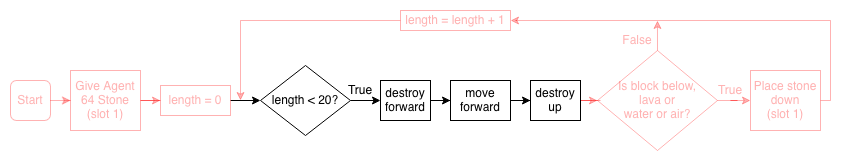
Above: tutorials/python-islands/island-7/autominer/images/flowchart-landscape_3.png in CausewayDigital/Minecraft-EE-MakeCode (draw.io), before the change. Source tidied: cells renumbered, new cells last; positions are measured from the earlier drawing's top-left corner, leaving out a move shared by most shapes.
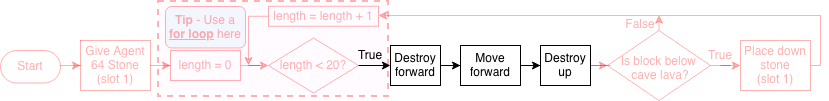
The same diagram one commit later.

Change to the diagram source:
```diff
@@ -2,87 +2,96 @@
   <root>
     <mxCell id="0" />
     <mxCell id="1" parent="0" />
-    <mxCell id="2" style="edgeStyle=orthogonalEdgeStyle;rounded=0;jettySize=auto;html=1;fontColor=light-dark(#FF0000,#FF0000);textOpacity=30;strokeColor=light-dark(#FF0000,#FF0000);opacity=30;" parent="1" edge="1" source="3" target="5">
-      <mxGeometry relative="1" as="geometry" />
-    </mxCell>
-    <mxCell id="3" value="Start" style="rounded=1;whiteSpace=wrap;html=1;fontColor=light-dark(#FF0000,#FF0000);textOpacity=30;strokeColor=light-dark(#FF0000,#FF0000);opacity=30;" parent="1" vertex="1">
-      <mxGeometry y="70" width="40" height="40" as="geometry" />
-    </mxCell>
+    <mxCell id="26" style="edgeStyle=orthogonalEdgeStyle;rounded=0;jettySize=auto;html=1;fontColor=#FF0000;textOpacity=30;strokeColor=#FF0000;opacity=30;" parent="1" edge="1" target="5">
+      <mxGeometry relative="1" as="geometry">
+        <mxPoint x="40" y="90" as="sourcePoint" />
+      </mxGeometry>
+    </mxCell>
-    <mxCell id="4" style="edgeStyle=orthogonalEdgeStyle;rounded=0;jettySize=auto;html=1;fontColor=light-dark(#FF0000,#FF0000);textOpacity=30;strokeColor=light-dark(#FF0000,#FF0000);opacity=30;" parent="1" edge="1" source="5" target="7">
+    <mxCell id="4" style="edgeStyle=orthogonalEdgeStyle;rounded=0;jettySize=auto;html=1;shadow=0;fontColor=#FF0000;textOpacity=30;strokeColor=#FF0000;opacity=30;" parent="1" edge="1" source="5" target="7">
       <mxGeometry relative="1" as="geometry" />
     </mxCell>
-    <mxCell id="5" value="&lt;div&gt;Give Agent 64 Stone&lt;/div&gt;(slot 1)" style="rounded=0;whiteSpace=wrap;html=1;fontColor=light-dark(#FF0000,#FF0000);textOpacity=30;strokeColor=light-dark(#FF0000,#FF0000);opacity=30;" parent="1" vertex="1">
-      <mxGeometry x="60" y="60" width="70" height="60" as="geometry" />
+    <mxCell id="5" value="&lt;div&gt;Give Agent 64 Stone&lt;/div&gt;(slot 1)" style="rounded=0;whiteSpace=wrap;html=1;fontColor=#FF0000;textOpacity=30;strokeColor=#FF0000;opacity=30;" parent="1" vertex="1">
+      <mxGeometry x="60" y="65" width="70" height="50" as="geometry" />
     </mxCell>
-    <mxCell id="6" style="edgeStyle=orthogonalEdgeStyle;rounded=0;jettySize=auto;html=1;" parent="1" edge="1" source="7" target="9">
+    <mxCell id="6" style="edgeStyle=orthogonalEdgeStyle;rounded=0;jettySize=auto;html=1;shadow=0;fontColor=#FF0000;textOpacity=30;strokeColor=#FF0000;opacity=30;" parent="1" edge="1" source="7" target="9">
       <mxGeometry relative="1" as="geometry" />
     </mxCell>
-    <mxCell id="7" value="length = 0" style="rounded=0;whiteSpace=wrap;html=1;fontColor=light-dark(#FF0000,#FF0000);textOpacity=30;strokeColor=light-dark(#FF0000,#FF0000);opacity=30;" parent="1" vertex="1">
+    <mxCell id="7" value="length = 0" style="rounded=0;whiteSpace=wrap;html=1;shadow=0;fontColor=#FF0000;textOpacity=30;strokeColor=#FF0000;opacity=30;" parent="1" vertex="1">
       <mxGeometry x="150" y="75" width="70" height="30" as="geometry" />
     </mxCell>
-    <mxCell id="8" style="edgeStyle=orthogonalEdgeStyle;rounded=0;jettySize=auto;html=1;" parent="1" edge="1" source="9" target="11">
-      <mxGeometry relative="1" as="geometry" />
-    </mxCell>
+    <mxCell id="27" style="edgeStyle=orthogonalEdgeStyle;rounded=0;jettySize=auto;html=1;shadow=0;" parent="1" edge="1" source="9" target="29">
+      <mxGeometry relative="1" as="geometry" />
+    </mxCell>
-    <mxCell id="9" value="length &amp;lt; 20?" style="rhombus;whiteSpace=wrap;html=1;" parent="1" vertex="1">
-      <mxGeometry x="250" y="55" width="90" height="70" as="geometry" />
+    <mxCell id="9" value="length &amp;lt; 20?" style="rhombus;whiteSpace=wrap;html=1;shadow=0;fontColor=#FF0000;textOpacity=30;strokeColor=#FF0000;opacity=30;" parent="1" vertex="1">
+      <mxGeometry x="248" y="62.5" width="90" height="55" as="geometry" />
     </mxCell>
-    <mxCell id="10" style="edgeStyle=orthogonalEdgeStyle;rounded=0;jettySize=auto;html=1;" parent="1" edge="1" source="11" target="13">
-      <mxGeometry relative="1" as="geometry" />
-    </mxCell>
-    <mxCell id="11" value="destroy forward" style="rounded=0;whiteSpace=wrap;html=1;" parent="1" vertex="1">
-      <mxGeometry x="370" y="70" width="50" height="40" as="geometry" />
-    </mxCell>
-    <mxCell id="12" style="edgeStyle=orthogonalEdgeStyle;rounded=0;jettySize=auto;html=1;exitX=1;exitY=0.5;exitDx=0;exitDy=0;" parent="1" edge="1" source="13" target="15">
-      <mxGeometry relative="1" as="geometry" />
-    </mxCell>
-    <mxCell id="13" value="move forward" style="rounded=0;whiteSpace=wrap;html=1;" parent="1" vertex="1">
-      <mxGeometry x="440" y="70" width="60" height="40" as="geometry" />
-    </mxCell>
-    <mxCell id="14" style="edgeStyle=orthogonalEdgeStyle;rounded=0;jettySize=auto;html=1;fontColor=light-dark(#FF0000,#FF0000);textOpacity=30;strokeColor=light-dark(#FF0000,#FF0000);opacity=30;" parent="1" edge="1" source="15" target="18">
-      <mxGeometry relative="1" as="geometry" />
-    </mxCell>
-    <mxCell id="15" value="destroy up" style="rounded=0;whiteSpace=wrap;html=1;" parent="1" vertex="1">
-      <mxGeometry x="520" y="70" width="50" height="40" as="geometry" />
-    </mxCell>
-    <mxCell id="16" style="edgeStyle=orthogonalEdgeStyle;rounded=0;jettySize=auto;html=1;fontColor=light-dark(#FF0000,#FF0000);textOpacity=30;strokeColor=light-dark(#FF0000,#FF0000);opacity=30;" parent="1" edge="1" source="18" target="20">
-      <mxGeometry relative="1" as="geometry" />
-    </mxCell>
-    <mxCell id="17" style="edgeStyle=orthogonalEdgeStyle;rounded=0;jettySize=auto;html=1;exitX=0.5;exitY=0;exitDx=0;exitDy=0;fontColor=light-dark(#FF0000,#FF0000);textOpacity=30;strokeColor=light-dark(#FF0000,#FF0000);opacity=30;" parent="1" edge="1" source="18">
-      <mxGeometry relative="1" as="geometry">
-        <mxPoint x="647" y="10" as="targetPoint" />
-      </mxGeometry>
-    </mxCell>
-    <mxCell id="18" value="Is block below, &lt;br&gt;lava or &lt;br&gt;water or air?" style="rhombus;whiteSpace=wrap;html=1;fontColor=light-dark(#FF0000,#FF0000);textOpacity=30;strokeColor=light-dark(#FF0000,#FF0000);opacity=30;" parent="1" vertex="1">
-      <mxGeometry x="587" y="40" width="120" height="100" as="geometry" />
-    </mxCell>
-    <mxCell id="19" style="edgeStyle=orthogonalEdgeStyle;rounded=0;jettySize=auto;html=1;entryX=1;entryY=0.5;entryDx=0;entryDy=0;fontColor=light-dark(#FF0000,#FF0000);textOpacity=30;strokeColor=light-dark(#FF0000,#FF0000);opacity=30;" parent="1" edge="1" source="20" target="25">
-      <mxGeometry relative="1" as="geometry">
-        <Array as="points">
-          <mxPoint x="820" y="90" />
-          <mxPoint x="820" y="10" />
-          <mxPoint x="505" y="10" />
-        </Array>
-      </mxGeometry>
-    </mxCell>
-    <mxCell id="20" value="&lt;div&gt;Place stone down&lt;/div&gt;(slot 1)" style="rounded=0;whiteSpace=wrap;html=1;fontColor=light-dark(#FF0000,#FF0000);textOpacity=30;strokeColor=light-dark(#FF0000,#FF0000);opacity=30;" parent="1" vertex="1">
-      <mxGeometry x="740" y="60" width="70" height="60" as="geometry" />
-    </mxCell>
-    <mxCell id="21" value="True&lt;span style=&quot;color: rgba(0 , 0 , 0 , 0) ; font-family: monospace ; font-size: 0px&quot;&gt;%3CmxGraphModel%3E%3Croot%3E%3CmxCell%20id%3D%220%22%2F%3E%3CmxCell%20id%3D%221%22%20parent%3D%220%22%2F%3E%3CmxCell%20id%3D%222%22%20value%3D%22destroy%20forward%22%20style%3D%22rounded%3D0%3BwhiteSpace%3Dwrap%3Bhtml%3D1%3B%22%20vertex%3D%221%22%20parent%3D%221%22%3E%3CmxGeometry%20x%3D%22240%22%20y%3D%22560%22%20width%3D%22120%22%20height%3D%2260%22%20as%3D%22geometry%22%2F%3E%3C%2FmxCell%3E%3C%2Froot%3E%3C%2FmxGraphModel%3E&lt;/span&gt;" style="text;html=1;align=center;verticalAlign=middle;whiteSpace=wrap;rounded=0;" parent="1" vertex="1">
-      <mxGeometry x="330" y="70" width="40" height="20" as="geometry" />
-    </mxCell>
-    <mxCell id="22" value="True&lt;span style=&quot;font-family: monospace; font-size: 0px;&quot;&gt;%3CmxGraphModel%3E%3Croot%3E%3CmxCell%20id%3D%220%22%2F%3E%3CmxCell%20id%3D%221%22%20parent%3D%220%22%2F%3E%3CmxCell%20id%3D%222%22%20value%3D%22destroy%20forward%22%20style%3D%22rounded%3D0%3BwhiteSpace%3Dwrap%3Bhtml%3D1%3B%22%20vertex%3D%221%22%20parent%3D%221%22%3E%3CmxGeometry%20x%3D%22240%22%20y%3D%22560%22%20width%3D%22120%22%20height%3D%2260%22%20as%3D%22geometry%22%2F%3E%3C%2FmxCell%3E%3C%2Froot%3E%3C%2FmxGraphModel%3E&lt;/span&gt;" style="text;html=1;align=center;verticalAlign=middle;whiteSpace=wrap;rounded=0;fontColor=light-dark(#FF0000,#FF0000);textOpacity=30;strokeColor=none;opacity=30;" parent="1" vertex="1">
-      <mxGeometry x="700" y="70" width="40" height="20" as="geometry" />
-    </mxCell>
+    <mxCell id="28" style="edgeStyle=orthogonalEdgeStyle;rounded=0;jettySize=auto;html=1;shadow=0;" parent="1" edge="1" source="29" target="31">
+      <mxGeometry relative="1" as="geometry" />
+    </mxCell>
+    <mxCell id="29" value="Destroy forward" style="rounded=0;whiteSpace=wrap;html=1;shadow=0;" parent="1" vertex="1">
+      <mxGeometry x="370" y="70" width="50" height="40" as="geometry" />
+    </mxCell>
+    <mxCell id="30" style="edgeStyle=orthogonalEdgeStyle;rounded=0;jettySize=auto;html=1;exitX=1;exitY=0.5;exitDx=0;exitDy=0;shadow=0;" parent="1" edge="1" source="31" target="33">
+      <mxGeometry relative="1" as="geometry" />
+    </mxCell>
+    <mxCell id="31" value="Move forward" style="rounded=0;whiteSpace=wrap;html=1;shadow=0;" parent="1" vertex="1">
+      <mxGeometry x="440" y="70" width="60" height="40" as="geometry" />
+    </mxCell>
+    <mxCell id="32" style="edgeStyle=orthogonalEdgeStyle;rounded=0;jettySize=auto;html=1;shadow=0;fontColor=#FF0000;textOpacity=30;strokeColor=#FF0000;opacity=30;" parent="1" edge="1" source="33" target="36">
+      <mxGeometry relative="1" as="geometry" />
+    </mxCell>
+    <mxCell id="33" value="Destroy up" style="rounded=0;whiteSpace=wrap;html=1;shadow=0;" parent="1" vertex="1">
+      <mxGeometry x="520" y="70" width="50" height="40" as="geometry" />
+    </mxCell>
+    <mxCell id="34" style="edgeStyle=orthogonalEdgeStyle;rounded=0;jettySize=auto;html=1;shadow=0;fontColor=#FF0000;textOpacity=30;strokeColor=#FF0000;opacity=30;" parent="1" edge="1" source="36" target="38">
+      <mxGeometry relative="1" as="geometry" />
+    </mxCell>
+    <mxCell id="35" style="edgeStyle=orthogonalEdgeStyle;rounded=0;jettySize=auto;html=1;exitX=0.5;exitY=0;exitDx=0;exitDy=0;entryX=0.964;entryY=0.029;entryDx=0;entryDy=0;entryPerimeter=0;shadow=0;fontColor=#FF0000;textOpacity=30;strokeColor=#FF0000;opacity=30;" parent="1" edge="1" source="36" target="23">
+      <mxGeometry relative="1" as="geometry" />
+    </mxCell>
+    <mxCell id="36" value="Is block below&amp;nbsp;&lt;br&gt;cave lava?" style="rhombus;whiteSpace=wrap;html=1;verticalAlign=middle;spacingBottom=0;spacingTop=7;spacingLeft=3;shadow=0;fontColor=#FF0000;textOpacity=30;strokeColor=#FF0000;opacity=30;" parent="1" vertex="1">
+      <mxGeometry x="587" y="55" width="103" height="70" as="geometry" />
+    </mxCell>
+    <mxCell id="37" style="edgeStyle=orthogonalEdgeStyle;rounded=0;jettySize=auto;html=1;entryX=1;entryY=0.5;entryDx=0;entryDy=0;shadow=0;fontColor=#FF0000;textOpacity=30;strokeColor=#FF0000;opacity=30;" parent="1" edge="1" source="38" target="25">
+      <mxGeometry relative="1" as="geometry">
+        <Array as="points">
+          <mxPoint x="800" y="90" />
+          <mxPoint x="800" y="40" />
+          <mxPoint x="358" y="40" />
+        </Array>
+      </mxGeometry>
+    </mxCell>
+    <mxCell id="38" value="&lt;div&gt;Place down stone&lt;/div&gt;(slot 1)" style="rounded=0;whiteSpace=wrap;html=1;shadow=0;fontColor=#FF0000;textOpacity=30;strokeColor=#FF0000;opacity=30;" parent="1" vertex="1">
+      <mxGeometry x="720" y="65" width="70" height="50" as="geometry" />
+    </mxCell>
+    <mxCell id="39" value="True&lt;span style=&quot;color: rgba(0 , 0 , 0 , 0) ; font-family: monospace ; font-size: 0px&quot;&gt;%3CmxGraphModel%3E%3Croot%3E%3CmxCell%20id%3D%220%22%2F%3E%3CmxCell%20id%3D%221%22%20parent%3D%220%22%2F%3E%3CmxCell%20id%3D%222%22%20value%3D%22destroy%20forward%22%20style%3D%22rounded%3D0%3BwhiteSpace%3Dwrap%3Bhtml%3D1%3B%22%20vertex%3D%221%22%20parent%3D%221%22%3E%3CmxGeometry%20x%3D%22240%22%20y%3D%22560%22%20width%3D%22120%22%20height%3D%2260%22%20as%3D%22geometry%22%2F%3E%3C%2FmxCell%3E%3C%2Froot%3E%3C%2FmxGraphModel%3E&lt;/span&gt;" style="text;html=1;align=center;verticalAlign=middle;whiteSpace=wrap;rounded=0;shadow=0;" parent="1" vertex="1">
+      <mxGeometry x="330" y="70" width="40" height="20" as="geometry" />
+    </mxCell>
+    <mxCell id="40" value="True&lt;span style=&quot;font-family: monospace; font-size: 0px;&quot;&gt;%3CmxGraphModel%3E%3Croot%3E%3CmxCell%20id%3D%220%22%2F%3E%3CmxCell%20id%3D%221%22%20parent%3D%220%22%2F%3E%3CmxCell%20id%3D%222%22%20value%3D%22destroy%20forward%22%20style%3D%22rounded%3D0%3BwhiteSpace%3Dwrap%3Bhtml%3D1%3B%22%20vertex%3D%221%22%20parent%3D%221%22%3E%3CmxGeometry%20x%3D%22240%22%20y%3D%22560%22%20width%3D%22120%22%20height%3D%2260%22%20as%3D%22geometry%22%2F%3E%3C%2FmxCell%3E%3C%2Froot%3E%3C%2FmxGraphModel%3E&lt;/span&gt;" style="text;html=1;align=center;verticalAlign=middle;whiteSpace=wrap;rounded=0;shadow=0;fontColor=#FF0000;textOpacity=30;" parent="1" vertex="1">
+      <mxGeometry x="680" y="70" width="40" height="20" as="geometry" />
+    </mxCell>
-    <mxCell id="23" value="False" style="text;html=1;align=center;verticalAlign=middle;whiteSpace=wrap;rounded=0;fontColor=light-dark(#FF0000,#FF0000);textOpacity=30;strokeColor=none;opacity=30;" parent="1" vertex="1">
-      <mxGeometry x="607" y="20" width="40" height="20" as="geometry" />
+    <mxCell id="23" value="False" style="text;html=1;align=center;verticalAlign=middle;whiteSpace=wrap;rounded=0;shadow=0;fontColor=#FF0000;textOpacity=30;" parent="1" vertex="1">
+      <mxGeometry x="600" y="39" width="40" height="20" as="geometry" />
     </mxCell>
-    <mxCell id="24" style="edgeStyle=orthogonalEdgeStyle;rounded=0;jettySize=auto;html=1;exitX=0;exitY=0.5;exitDx=0;exitDy=0;fontColor=light-dark(#FF0000,#FF0000);textOpacity=30;strokeColor=light-dark(#FF0000,#FF0000);opacity=30;" parent="1" edge="1" source="25">
-      <mxGeometry relative="1" as="geometry">
-        <mxPoint x="230" y="90" as="targetPoint" />
-      </mxGeometry>
-    </mxCell>
+    <mxCell id="41" style="edgeStyle=orthogonalEdgeStyle;rounded=0;jettySize=auto;html=1;exitX=0;exitY=0.5;exitDx=0;exitDy=0;shadow=0;fontColor=#FF0000;textOpacity=30;strokeColor=#FF0000;opacity=30;" parent="1" edge="1" source="25">
+      <mxGeometry relative="1" as="geometry">
+        <mxPoint x="228" y="90" as="targetPoint" />
+        <Array as="points">
+          <mxPoint x="228" y="41" />
+        </Array>
+      </mxGeometry>
+    </mxCell>
-    <mxCell id="25" value="length = length + 1" style="rounded=0;whiteSpace=wrap;html=1;fontColor=light-dark(#FF0000,#FF0000);textOpacity=30;strokeColor=light-dark(#FF0000,#FF0000);opacity=30;" parent="1" vertex="1">
-      <mxGeometry x="390" width="110" height="20" as="geometry" />
+    <mxCell id="25" value="length = length + 1" style="rounded=0;whiteSpace=wrap;html=1;shadow=0;fontColor=#FF0000;textOpacity=30;strokeColor=#FF0000;opacity=30;" parent="1" vertex="1">
+      <mxGeometry x="248" y="30.8" width="110" height="20" as="geometry" />
     </mxCell>
+    <mxCell id="42" style="rounded=0;whiteSpace=wrap;html=1;fillColor=light-dark(#FB0FFF0D,#EDEDED0D);strokeColor=#FF0000;strokeWidth=2;dashed=1;perimeterSpacing=0;shadow=0;fontColor=#FF0000;textOpacity=30;opacity=30;" parent="1" vertex="1">
+      <mxGeometry x="138" y="26" width="230" height="95" as="geometry" />
+    </mxCell>
+    <mxCell id="43" value="&lt;b&gt;Tip &lt;/b&gt;- Use a &lt;b&gt;&lt;u&gt;for loop&lt;/u&gt;&lt;/b&gt; here" style="text;html=1;whiteSpace=wrap;strokeColor=#FF0000;fillColor=#dae8fc;align=center;verticalAlign=middle;rounded=1;glass=0;shadow=0;opacity=30;fontColor=#FF0000;textOpacity=30;" parent="1" vertex="1">
+      <mxGeometry x="145" y="31" width="80" height="41.5" as="geometry" />
+    </mxCell>
+    <mxCell id="3" value="Start" style="html=1;dashed=0;whiteSpace=wrap;shape=mxgraph.dfd.start;fontColor=#FF0000;textOpacity=30;strokeColor=#FF0000;opacity=30;" parent="1" vertex="1">
+      <mxGeometry x="-20" y="75" width="60" height="32.5" as="geometry" />
+    </mxCell>
   </root>
 </mxGraphModel>
```
